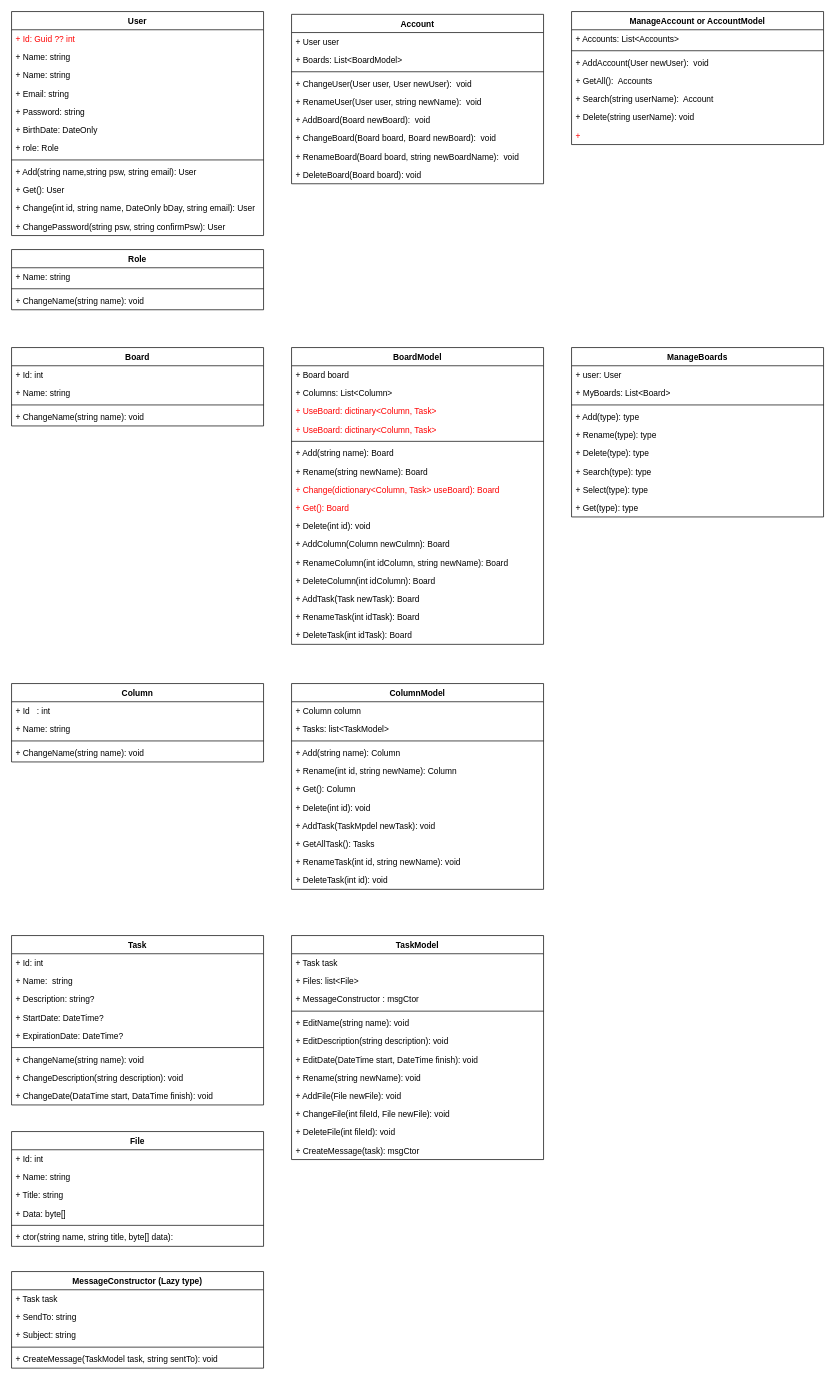
Above: page "ClassDiagramm" (16 of 16) of Board_Use_Case_Diagramm.drawio in ololnovolol/ScrumBoardApp (draw.io), before the change. Source tidied: cells renumbered, new cells numbered last; positions are measured from the earlier drawing's top-left corner, leaving out a move shared by most shapes. Both pictures are drawn from the tidied source at 70%, with x=0, y=0 at pixel (11, 11).
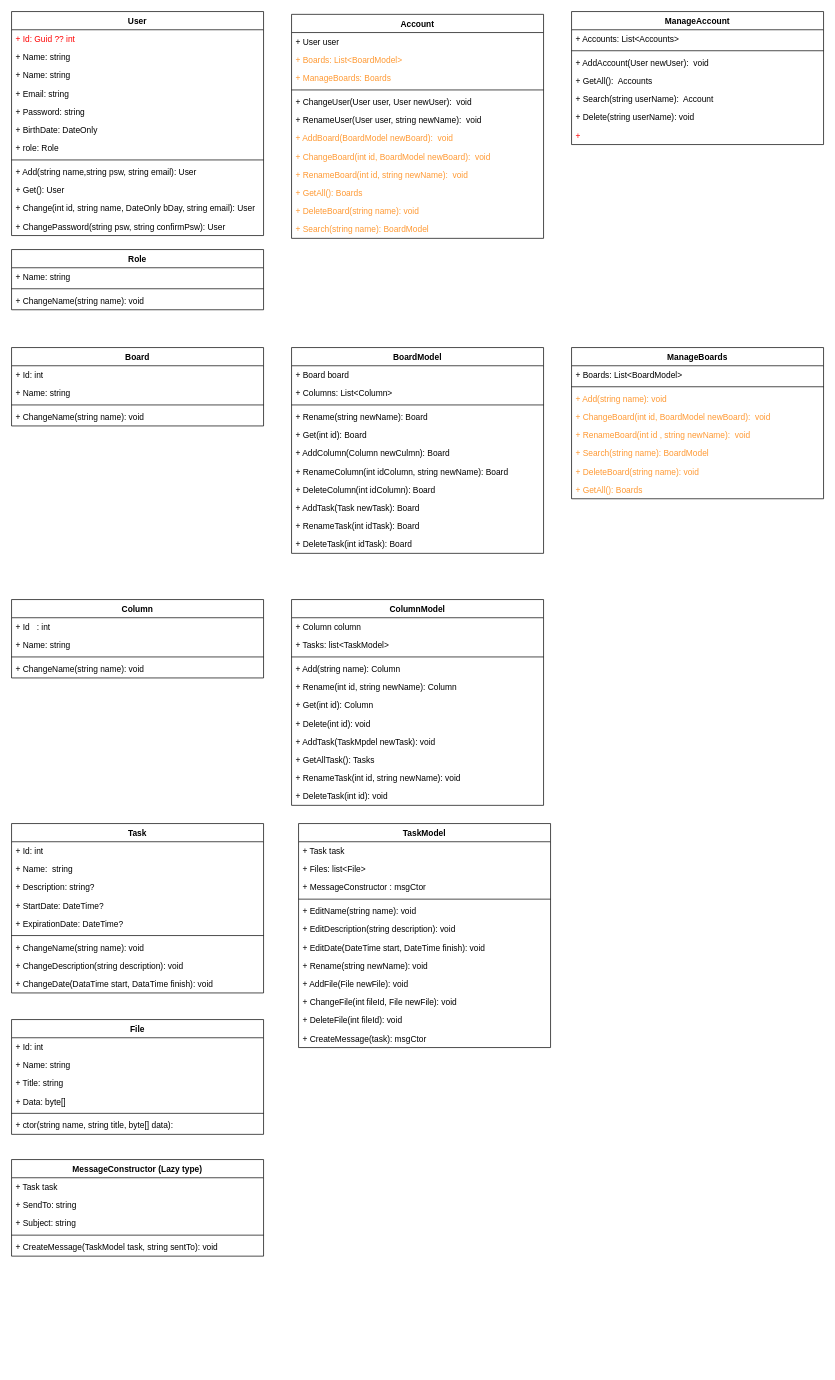
After the change.

Change to the diagram source:
```diff
@@
     <mxCell id="15" value="ManageBoards" style="swimlane;fontStyle=1;align=center;verticalAlign=top;horizontal=1;startSize=26;fontColor=#000000;" parent="1" vertex="1">
-      <mxGeometry x="800" y="480" width="360" height="242" as="geometry" />
+      <mxGeometry x="800" y="480" width="360" height="216" as="geometry" />
     </mxCell>
-    <mxCell id="16" value="+ user: User" style="text;strokeColor=none;fillColor=none;align=left;verticalAlign=top;spacingLeft=4;spacingRight=4;overflow=hidden;fontColor=#000000;" parent="15" vertex="1">
-      <mxGeometry y="26" width="360" height="26" as="geometry" />
-    </mxCell>
-    <mxCell id="17" value="+ MyBoards: List&lt;Board&gt;" style="text;strokeColor=none;fillColor=none;align=left;verticalAlign=top;spacingLeft=4;spacingRight=4;overflow=hidden;fontColor=#000000;" parent="15" vertex="1">
-      <mxGeometry y="52" width="360" height="26" as="geometry" />
+    <mxCell id="17" value="+ Boards: List&lt;BoardModel&gt;" style="text;strokeColor=none;fillColor=none;align=left;verticalAlign=top;spacingLeft=4;spacingRight=4;overflow=hidden;fontColor=#000000;" parent="15" vertex="1">
+      <mxGeometry y="26" width="360" height="26" as="geometry" />
     </mxCell>
     <mxCell id="18" style="line;strokeWidth=1;fillColor=none;align=left;verticalAlign=middle;spacingTop=-1;spacingLeft=3;spacingRight=3;labelPosition=right;fontColor=#000000;" parent="15" vertex="1">
-      <mxGeometry y="78" width="360" height="8" as="geometry" />
+      <mxGeometry y="52" width="360" height="8" as="geometry" />
     </mxCell>
-    <mxCell id="19" value="+ Add(type): type" style="text;strokeColor=none;fillColor=none;align=left;verticalAlign=top;spacingLeft=4;spacingRight=4;overflow=hidden;fontColor=#000000;" parent="15" vertex="1">
-      <mxGeometry y="86" width="360" height="26" as="geometry" />
+    <mxCell id="19" value="+ Add(string name): void" style="text;strokeColor=none;fillColor=none;align=left;verticalAlign=top;spacingLeft=4;spacingRight=4;overflow=hidden;fontColor=#FF9933;" parent="15" vertex="1">
+      <mxGeometry y="60" width="360" height="26" as="geometry" />
     </mxCell>
-    <mxCell id="20" value="+ Rename(type): type" style="text;strokeColor=none;fillColor=none;align=left;verticalAlign=top;spacingLeft=4;spacingRight=4;overflow=hidden;fontColor=#000000;" parent="15" vertex="1">
-      <mxGeometry y="112" width="360" height="26" as="geometry" />
+    <mxCell id="20" value="+ ChangeBoard(int id, BoardModel newBoard):  void" style="text;strokeColor=none;fillColor=none;align=left;verticalAlign=top;spacingLeft=4;spacingRight=4;overflow=hidden;fontColor=#FF9933;" parent="15" vertex="1">
+      <mxGeometry y="86" width="360" height="26" as="geometry" />
     </mxCell>
-    <mxCell id="21" value="+ Delete(type): type" style="text;strokeColor=none;fillColor=none;align=left;verticalAlign=top;spacingLeft=4;spacingRight=4;overflow=hidden;fontColor=#000000;" parent="15" vertex="1">
-      <mxGeometry y="138" width="360" height="26" as="geometry" />
+    <mxCell id="21" value="+ RenameBoard(int id , string newName):  void" style="text;strokeColor=none;fillColor=none;align=left;verticalAlign=top;spacingLeft=4;spacingRight=4;overflow=hidden;fontColor=#FF9933;" parent="15" vertex="1">
+      <mxGeometry y="112" width="360" height="26" as="geometry" />
     </mxCell>
-    <mxCell id="22" value="+ Search(type): type" style="text;strokeColor=none;fillColor=none;align=left;verticalAlign=top;spacingLeft=4;spacingRight=4;overflow=hidden;fontColor=#000000;" parent="15" vertex="1">
-      <mxGeometry y="164" width="360" height="26" as="geometry" />
+    <mxCell id="22" value="+ Search(string name): BoardModel" style="text;strokeColor=none;fillColor=none;align=left;verticalAlign=top;spacingLeft=4;spacingRight=4;overflow=hidden;fontColor=#FF9933;" parent="15" vertex="1">
+      <mxGeometry y="138" width="360" height="26" as="geometry" />
     </mxCell>
-    <mxCell id="23" value="+ Select(type): type" style="text;strokeColor=none;fillColor=none;align=left;verticalAlign=top;spacingLeft=4;spacingRight=4;overflow=hidden;fontColor=#000000;" parent="15" vertex="1">
-      <mxGeometry y="190" width="360" height="26" as="geometry" />
+    <mxCell id="23" value="+ DeleteBoard(string name): void" style="text;strokeColor=none;fillColor=none;align=left;verticalAlign=top;spacingLeft=4;spacingRight=4;overflow=hidden;fontColor=#FF9933;" parent="15" vertex="1">
+      <mxGeometry y="164" width="360" height="26" as="geometry" />
     </mxCell>
-    <mxCell id="24" value="+ Get(type): type" style="text;strokeColor=none;fillColor=none;align=left;verticalAlign=top;spacingLeft=4;spacingRight=4;overflow=hidden;fontColor=#000000;" parent="15" vertex="1">
-      <mxGeometry y="216" width="360" height="26" as="geometry" />
+    <mxCell id="24" value="+ GetAll(): Boards" style="text;strokeColor=none;fillColor=none;align=left;verticalAlign=top;spacingLeft=4;spacingRight=4;overflow=hidden;fontColor=#FF9933;" parent="15" vertex="1">
+      <mxGeometry y="190" width="360" height="26" as="geometry" />
     </mxCell>
@@
     <mxCell id="30" value="Column" style="swimlane;fontStyle=1;align=center;verticalAlign=top;horizontal=1;startSize=26;fontColor=#000000;" parent="1" vertex="1">
-      <mxGeometry y="960" width="360" height="112" as="geometry" />
+      <mxGeometry y="840" width="360" height="112" as="geometry" />
     </mxCell>
@@
     <mxCell id="35" value="Task" style="swimlane;fontStyle=1;align=center;verticalAlign=top;horizontal=1;startSize=26;fontColor=#000000;" parent="1" vertex="1">
-      <mxGeometry y="1320" width="360" height="242" as="geometry" />
+      <mxGeometry y="1160" width="360" height="242" as="geometry" />
     </mxCell>
@@
     <mxCell id="45" value="File" style="swimlane;fontStyle=1;align=center;verticalAlign=top;horizontal=1;startSize=26;fontColor=#000000;" parent="1" vertex="1">
-      <mxGeometry y="1600" width="360" height="164" as="geometry" />
+      <mxGeometry y="1440" width="360" height="164" as="geometry" />
     </mxCell>
@@
-    <mxCell id="52" value="ManageAccount or AccountModel" style="swimlane;fontStyle=1;align=center;verticalAlign=top;horizontal=1;startSize=26;fontColor=#000000;" parent="1" vertex="1">
+    <mxCell id="52" value="ManageAccount" style="swimlane;fontStyle=1;align=center;verticalAlign=top;horizontal=1;startSize=26;fontColor=#000000;" parent="1" vertex="1">
       <mxGeometry x="800" width="360" height="190" as="geometry" />
     </mxCell>
@@
     <mxCell id="60" value="Account" style="swimlane;fontStyle=1;align=center;verticalAlign=top;horizontal=1;startSize=26;fontColor=#000000;" parent="1" vertex="1">
-      <mxGeometry x="400" y="4" width="360" height="242" as="geometry" />
+      <mxGeometry x="400" y="4" width="360" height="320" as="geometry" />
     </mxCell>
@@
-    <mxCell id="62" value="+ Boards: List&lt;BoardModel&gt;" style="text;strokeColor=none;fillColor=none;align=left;verticalAlign=top;spacingLeft=4;spacingRight=4;overflow=hidden;fontColor=#000000;" parent="60" vertex="1">
+    <mxCell id="62" value="+ Boards: List&lt;BoardModel&gt;" style="text;strokeColor=none;fillColor=none;align=left;verticalAlign=top;spacingLeft=4;spacingRight=4;overflow=hidden;fontColor=#FF9933;" parent="60" vertex="1">
       <mxGeometry y="52" width="360" height="26" as="geometry" />
     </mxCell>
+    <mxCell id="122" value="+ ManageBoards: Boards" style="text;strokeColor=none;fillColor=none;align=left;verticalAlign=top;spacingLeft=4;spacingRight=4;overflow=hidden;fontColor=#FF9933;" parent="60" vertex="1">
+      <mxGeometry y="78" width="360" height="26" as="geometry" />
+    </mxCell>
     <mxCell id="63" style="line;strokeWidth=1;fillColor=none;align=left;verticalAlign=middle;spacingTop=-1;spacingLeft=3;spacingRight=3;labelPosition=right;fontColor=#000000;" parent="60" vertex="1">
-      <mxGeometry y="78" width="360" height="8" as="geometry" />
+      <mxGeometry y="104" width="360" height="8" as="geometry" />
     </mxCell>
     <mxCell id="64" value="+ ChangeUser(User user, User newUser):  void" style="text;strokeColor=none;fillColor=none;align=left;verticalAlign=top;spacingLeft=4;spacingRight=4;overflow=hidden;fontColor=#000000;" parent="60" vertex="1">
-      <mxGeometry y="86" width="360" height="26" as="geometry" />
+      <mxGeometry y="112" width="360" height="26" as="geometry" />
     </mxCell>
     <mxCell id="65" value="+ RenameUser(User user, string newName):  void" style="text;strokeColor=none;fillColor=none;align=left;verticalAlign=top;spacingLeft=4;spacingRight=4;overflow=hidden;fontColor=#000000;" parent="60" vertex="1">
-      <mxGeometry y="112" width="360" height="26" as="geometry" />
+      <mxGeometry y="138" width="360" height="26" as="geometry" />
     </mxCell>
-    <mxCell id="66" value="+ AddBoard(Board newBoard):  void" style="text;strokeColor=none;fillColor=none;align=left;verticalAlign=top;spacingLeft=4;spacingRight=4;overflow=hidden;fontColor=#000000;" parent="60" vertex="1">
-      <mxGeometry y="138" width="360" height="26" as="geometry" />
+    <mxCell id="66" value="+ AddBoard(BoardModel newBoard):  void" style="text;strokeColor=none;fillColor=none;align=left;verticalAlign=top;spacingLeft=4;spacingRight=4;overflow=hidden;fontColor=#FF9933;" parent="60" vertex="1">
+      <mxGeometry y="164" width="360" height="26" as="geometry" />
     </mxCell>
-    <mxCell id="67" value="+ ChangeBoard(Board board, Board newBoard):  void" style="text;strokeColor=none;fillColor=none;align=left;verticalAlign=top;spacingLeft=4;spacingRight=4;overflow=hidden;fontColor=#000000;" parent="60" vertex="1">
-      <mxGeometry y="164" width="360" height="26" as="geometry" />
+    <mxCell id="67" value="+ ChangeBoard(int id, BoardModel newBoard):  void" style="text;strokeColor=none;fillColor=none;align=left;verticalAlign=top;spacingLeft=4;spacingRight=4;overflow=hidden;fontColor=#FF9933;" parent="60" vertex="1">
+      <mxGeometry y="190" width="360" height="26" as="geometry" />
     </mxCell>
-    <mxCell id="68" value="+ RenameBoard(Board board, string newBoardName):  void" style="text;strokeColor=none;fillColor=none;align=left;verticalAlign=top;spacingLeft=4;spacingRight=4;overflow=hidden;fontColor=#000000;" parent="60" vertex="1">
-      <mxGeometry y="190" width="360" height="26" as="geometry" />
+    <mxCell id="68" value="+ RenameBoard(int id, string newName):  void" style="text;strokeColor=none;fillColor=none;align=left;verticalAlign=top;spacingLeft=4;spacingRight=4;overflow=hidden;fontColor=#FF9933;" parent="60" vertex="1">
+      <mxGeometry y="216" width="360" height="26" as="geometry" />
     </mxCell>
-    <mxCell id="69" value="+ DeleteBoard(Board board): void" style="text;strokeColor=none;fillColor=none;align=left;verticalAlign=top;spacingLeft=4;spacingRight=4;overflow=hidden;fontColor=#000000;" parent="60" vertex="1">
-      <mxGeometry y="216" width="360" height="26" as="geometry" />
-    </mxCell>
+    <mxCell id="123" value="+ GetAll(): Boards" style="text;strokeColor=none;fillColor=none;align=left;verticalAlign=top;spacingLeft=4;spacingRight=4;overflow=hidden;fontColor=#FF9933;" parent="60" vertex="1">
+      <mxGeometry y="242" width="360" height="26" as="geometry" />
+    </mxCell>
+    <mxCell id="124" value="+ DeleteBoard(string name): void" style="text;strokeColor=none;fillColor=none;align=left;verticalAlign=top;spacingLeft=4;spacingRight=4;overflow=hidden;fontColor=#FF9933;" parent="60" vertex="1">
+      <mxGeometry y="268" width="360" height="26" as="geometry" />
+    </mxCell>
+    <mxCell id="125" value="+ Search(string name): BoardModel" style="text;strokeColor=none;fillColor=none;align=left;verticalAlign=top;spacingLeft=4;spacingRight=4;overflow=hidden;fontColor=#FF9933;" parent="60" vertex="1">
+      <mxGeometry y="294" width="360" height="26" as="geometry" />
+    </mxCell>
     <mxCell id="70" value="BoardModel" style="swimlane;fontStyle=1;align=center;verticalAlign=top;horizontal=1;startSize=26;fontColor=#000000;" parent="1" vertex="1">
-      <mxGeometry x="400" y="480" width="360" height="424" as="geometry" />
+      <mxGeometry x="400" y="480" width="360" height="294" as="geometry" />
     </mxCell>
@@
-    <mxCell id="73" value="+ UseBoard: dictinary&lt;Column, Task&gt;&#10;" style="text;strokeColor=none;fillColor=none;align=left;verticalAlign=top;spacingLeft=4;spacingRight=4;overflow=hidden;fontColor=#FF0000;" parent="70" vertex="1">
-      <mxGeometry y="78" width="360" height="26" as="geometry" />
-    </mxCell>
-    <mxCell id="74" value="+ UseBoard: dictinary&lt;Column, Task&gt;&#10;" style="text;strokeColor=none;fillColor=none;align=left;verticalAlign=top;spacingLeft=4;spacingRight=4;overflow=hidden;fontColor=#FF0000;" parent="70" vertex="1">
-      <mxGeometry y="104" width="360" height="26" as="geometry" />
-    </mxCell>
     <mxCell id="75" style="line;strokeWidth=1;fillColor=none;align=left;verticalAlign=middle;spacingTop=-1;spacingLeft=3;spacingRight=3;labelPosition=right;fontColor=#000000;" parent="70" vertex="1">
-      <mxGeometry y="130" width="360" height="8" as="geometry" />
+      <mxGeometry y="78" width="360" height="8" as="geometry" />
     </mxCell>
-    <mxCell id="76" value="+ Add(string name): Board" style="text;strokeColor=none;fillColor=none;align=left;verticalAlign=top;spacingLeft=4;spacingRight=4;overflow=hidden;fontColor=#000000;" parent="70" vertex="1">
-      <mxGeometry y="138" width="360" height="26" as="geometry" />
-    </mxCell>
     <mxCell id="77" value="+ Rename(string newName): Board" style="text;strokeColor=none;fillColor=none;align=left;verticalAlign=top;spacingLeft=4;spacingRight=4;overflow=hidden;fontColor=#000000;" parent="70" vertex="1">
-      <mxGeometry y="164" width="360" height="26" as="geometry" />
+      <mxGeometry y="86" width="360" height="26" as="geometry" />
     </mxCell>
-    <mxCell id="78" value="+ Change(dictionary&lt;Column, Task&gt; useBoard): Board" style="text;strokeColor=none;fillColor=none;align=left;verticalAlign=top;spacingLeft=4;spacingRight=4;overflow=hidden;fontColor=#FF0000;" parent="70" vertex="1">
-      <mxGeometry y="190" width="360" height="26" as="geometry" />
-    </mxCell>
-    <mxCell id="79" value="+ Get(): Board" style="text;strokeColor=none;fillColor=none;align=left;verticalAlign=top;spacingLeft=4;spacingRight=4;overflow=hidden;fontColor=#FF0000;" parent="70" vertex="1">
-      <mxGeometry y="216" width="360" height="26" as="geometry" />
+    <mxCell id="79" value="+ Get(int id): Board" style="text;strokeColor=none;fillColor=none;align=left;verticalAlign=top;spacingLeft=4;spacingRight=4;overflow=hidden;fontColor=#000000;" parent="70" vertex="1">
+      <mxGeometry y="112" width="360" height="26" as="geometry" />
     </mxCell>
-    <mxCell id="80" value="+ Delete(int id): void" style="text;strokeColor=none;fillColor=none;align=left;verticalAlign=top;spacingLeft=4;spacingRight=4;overflow=hidden;fontColor=#000000;" parent="70" vertex="1">
-      <mxGeometry y="242" width="360" height="26" as="geometry" />
-    </mxCell>
     <mxCell id="81" value="+ AddColumn(Column newCulmn): Board" style="text;strokeColor=none;fillColor=none;align=left;verticalAlign=top;spacingLeft=4;spacingRight=4;overflow=hidden;fontColor=#000000;" parent="70" vertex="1">
-      <mxGeometry y="268" width="360" height="26" as="geometry" />
+      <mxGeometry y="138" width="360" height="26" as="geometry" />
     </mxCell>
     <mxCell id="82" value="+ RenameColumn(int idColumn, string newName): Board" style="text;strokeColor=none;fillColor=none;align=left;verticalAlign=top;spacingLeft=4;spacingRight=4;overflow=hidden;fontColor=#000000;" parent="70" vertex="1">
-      <mxGeometry y="294" width="360" height="26" as="geometry" />
+      <mxGeometry y="164" width="360" height="26" as="geometry" />
     </mxCell>
     <mxCell id="83" value="+ DeleteColumn(int idColumn): Board" style="text;strokeColor=none;fillColor=none;align=left;verticalAlign=top;spacingLeft=4;spacingRight=4;overflow=hidden;fontColor=#000000;" parent="70" vertex="1">
-      <mxGeometry y="320" width="360" height="26" as="geometry" />
+      <mxGeometry y="190" width="360" height="26" as="geometry" />
     </mxCell>
     <mxCell id="84" value="+ AddTask(Task newTask): Board" style="text;strokeColor=none;fillColor=none;align=left;verticalAlign=top;spacingLeft=4;spacingRight=4;overflow=hidden;fontColor=#000000;" parent="70" vertex="1">
-      <mxGeometry y="346" width="360" height="26" as="geometry" />
+      <mxGeometry y="216" width="360" height="26" as="geometry" />
     </mxCell>
     <mxCell id="85" value="+ RenameTask(int idTask): Board" style="text;strokeColor=none;fillColor=none;align=left;verticalAlign=top;spacingLeft=4;spacingRight=4;overflow=hidden;fontColor=#000000;" parent="70" vertex="1">
-      <mxGeometry y="372" width="360" height="26" as="geometry" />
+      <mxGeometry y="242" width="360" height="26" as="geometry" />
     </mxCell>
     <mxCell id="86" value="+ DeleteTask(int idTask): Board" style="text;strokeColor=none;fillColor=none;align=left;verticalAlign=top;spacingLeft=4;spacingRight=4;overflow=hidden;fontColor=#000000;" parent="70" vertex="1">
-      <mxGeometry y="398" width="360" height="26" as="geometry" />
+      <mxGeometry y="268" width="360" height="26" as="geometry" />
     </mxCell>
     <mxCell id="87" value="ColumnModel" style="swimlane;fontStyle=1;align=center;verticalAlign=top;horizontal=1;startSize=26;fontColor=#000000;" parent="1" vertex="1">
-      <mxGeometry x="400" y="960" width="360" height="294" as="geometry" />
+      <mxGeometry x="400" y="840" width="360" height="294" as="geometry" />
     </mxCell>
@@
-    <mxCell id="93" value="+ Get(): Column" style="text;strokeColor=none;fillColor=none;align=left;verticalAlign=top;spacingLeft=4;spacingRight=4;overflow=hidden;fontColor=#000000;" parent="87" vertex="1">
+    <mxCell id="93" value="+ Get(int id): Column" style="text;strokeColor=none;fillColor=none;align=left;verticalAlign=top;spacingLeft=4;spacingRight=4;overflow=hidden;fontColor=#000000;" parent="87" vertex="1">
       <mxGeometry y="138" width="360" height="26" as="geometry" />
     </mxCell>
@@
     <mxCell id="99" value="TaskModel" style="swimlane;fontStyle=1;align=center;verticalAlign=top;horizontal=1;startSize=26;fontColor=#000000;" parent="1" vertex="1">
-      <mxGeometry x="400" y="1320" width="360" height="320" as="geometry" />
+      <mxGeometry x="410" y="1160" width="360" height="320" as="geometry" />
     </mxCell>
@@
     <mxCell id="112" value="MessageConstructor (Lazy type)" style="swimlane;fontStyle=1;align=center;verticalAlign=top;horizontal=1;startSize=26;fontColor=#000000;" parent="1" vertex="1">
-      <mxGeometry y="1800" width="360" height="138" as="geometry" />
+      <mxGeometry y="1640" width="360" height="138" as="geometry" />
     </mxCell>
```
